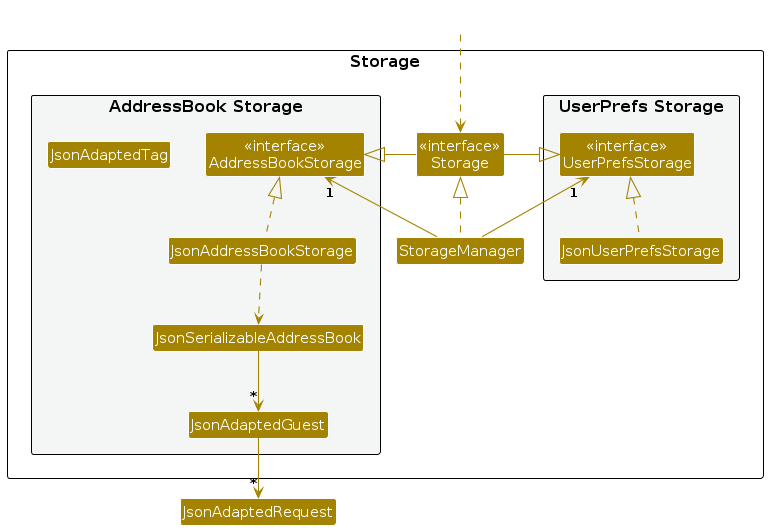
This is diagrams/StorageClassDiagram.png from AY2425S2-CS2103T-W09-2/tp, a PlantUML export, as it was before one commit. Its source is kept beside it as diagrams/StorageClassDiagram.puml. The source it was exported from:
```plantuml
@startuml
!include style.puml
skinparam arrowThickness 1.1
skinparam arrowColor STORAGE_COLOR
skinparam classBackgroundColor STORAGE_COLOR

package Storage as StoragePackage {

package "UserPrefs Storage" #F4F6F6{
Class "<<interface>>\nUserPrefsStorage" as UserPrefsStorage
Class JsonUserPrefsStorage
}

Class "<<interface>>\nStorage" as Storage
Class StorageManager

package "AddressBook Storage" #F4F6F6{
Class "<<interface>>\nAddressBookStorage" as AddressBookStorage
Class JsonAddressBookStorage
Class JsonSerializableAddressBook
Class JsonAdaptedGuest
Class JsonAdaptedTag
}

}

Class HiddenOutside #FFFFFF
HiddenOutside ..> Storage

StorageManager .up.|> Storage
StorageManager -up-> "1" UserPrefsStorage
StorageManager -up-> "1" AddressBookStorage

Storage -left-|> UserPrefsStorage
Storage -right-|> AddressBookStorage

JsonUserPrefsStorage .up.|> UserPrefsStorage
JsonAddressBookStorage .up.|> AddressBookStorage
JsonAddressBookStorage ..> JsonSerializableAddressBook
JsonSerializableAddressBook --> "*" JsonAdaptedGuest
JsonAdaptedGuest --> "*" JsonAdaptedRequest

@enduml
```
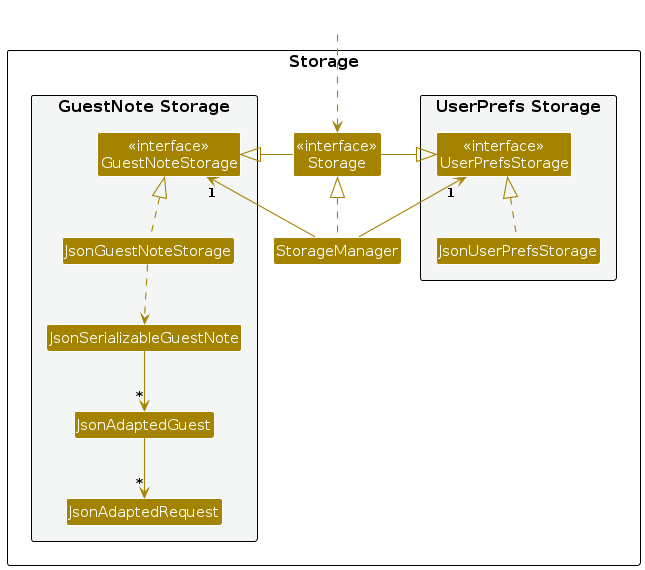
After the change.

The edit, as a diff of the source:
```diff
@@ -14,12 +14,12 @@
 Class "<<interface>>\nStorage" as Storage
 Class StorageManager
 
-package "AddressBook Storage" #F4F6F6{
-Class "<<interface>>\nAddressBookStorage" as AddressBookStorage
-Class JsonAddressBookStorage
-Class JsonSerializableAddressBook
+package "GuestNote Storage" #F4F6F6{
+Class "<<interface>>\nGuestNoteStorage" as GuestNoteStorage
+Class JsonGuestNoteStorage
+Class JsonSerializableGuestNote
 Class JsonAdaptedGuest
-Class JsonAdaptedTag
+Class JsonAdaptedRequest
 }
 
 }
@@ -29,15 +29,15 @@
 
 StorageManager .up.|> Storage
 StorageManager -up-> "1" UserPrefsStorage
-StorageManager -up-> "1" AddressBookStorage
+StorageManager -up-> "1" GuestNoteStorage
 
 Storage -left-|> UserPrefsStorage
-Storage -right-|> AddressBookStorage
+Storage -right-|> GuestNoteStorage
 
 JsonUserPrefsStorage .up.|> UserPrefsStorage
-JsonAddressBookStorage .up.|> AddressBookStorage
-JsonAddressBookStorage ..> JsonSerializableAddressBook
-JsonSerializableAddressBook --> "*" JsonAdaptedGuest
+JsonGuestNoteStorage .up.|> GuestNoteStorage
+JsonGuestNoteStorage ..> JsonSerializableGuestNote
+JsonSerializableGuestNote --> "*" JsonAdaptedGuest
 JsonAdaptedGuest --> "*" JsonAdaptedRequest
 
 @enduml
```
